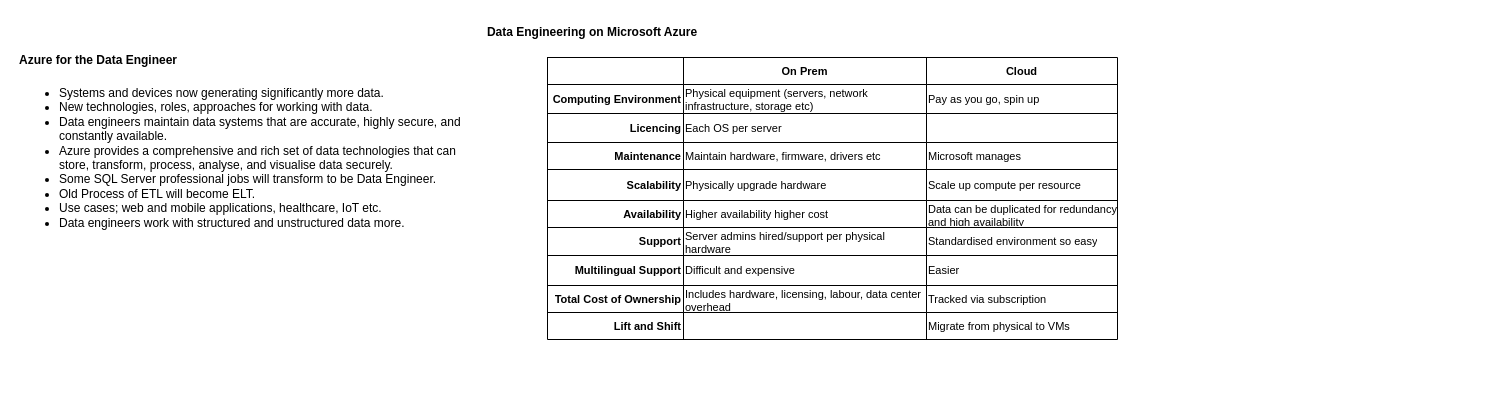
This is DP-203.drawio from pburgoine/certs, a draw.io file, before an edit. Source tidied: cells renumbered, new cells numbered last; positions are measured from the earlier drawing's top-left corner, leaving out a move shared by most shapes. Both pictures are drawn from the tidied source at 100%, with x=0, y=0 at pixel (17, 17).
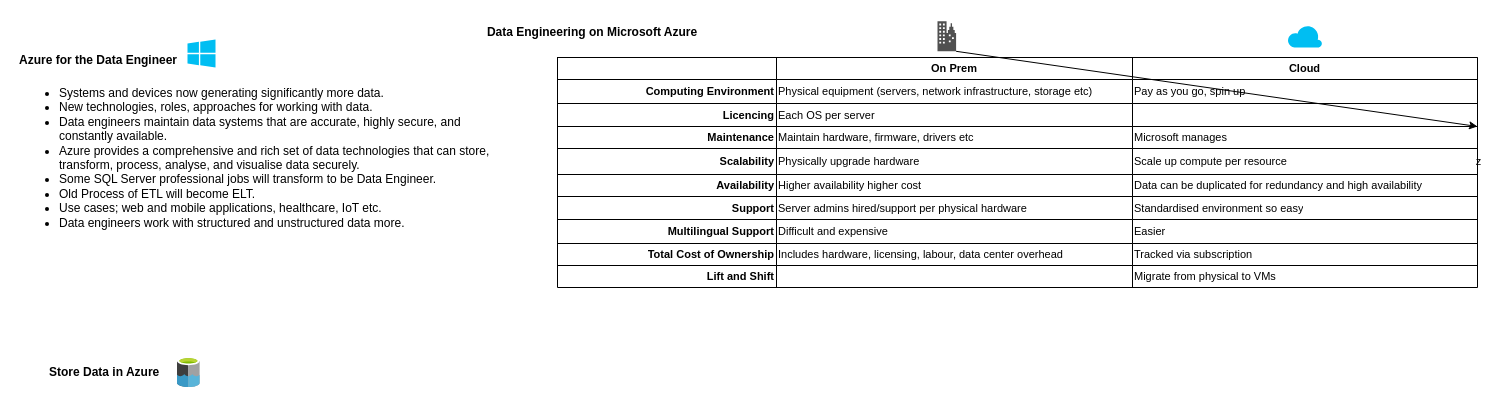
The same page after the edit.

The edit, as a diff of the source:
```diff
@@
     <mxCell id="4" value="&lt;ul&gt;&lt;li&gt;&lt;span style=&quot;background-color: initial;&quot;&gt;Systems and devices now generating significantly more data.&lt;/span&gt;&lt;/li&gt;&lt;li&gt;New technologies, roles, approaches for working with data.&lt;/li&gt;&lt;li&gt;Data engineers maintain data systems that are accurate, highly secure, and constantly available.&lt;br&gt;&lt;/li&gt;&lt;li&gt;Azure provides a comprehensive and rich set of data technologies that can store, transform, process, analyse, and visualise data securely.&lt;br&gt;&lt;/li&gt;&lt;li&gt;Some SQL Server professional jobs will transform to be Data Engineer.&lt;/li&gt;&lt;li&gt;Old Process of ETL will become ELT.&lt;/li&gt;&lt;li&gt;Use cases; web and mobile applications, healthcare, IoT etc.&lt;/li&gt;&lt;li&gt;Data engineers work with structured and unstructured data more.&lt;/li&gt;&lt;/ul&gt;" style="text;strokeColor=none;align=left;fillColor=none;html=1;verticalAlign=top;whiteSpace=wrap;rounded=0;" parent="1" vertex="1">
-      <mxGeometry y="50" width="450" height="190" as="geometry" />
+      <mxGeometry y="50" width="490" height="220" as="geometry" />
     </mxCell>
     <mxCell id="5" style="shape=table;startSize=0;childLayout=tableLayout;fontSize=10;" parent="1" vertex="1">
-      <mxGeometry x="530" y="40" width="570" height="282" as="geometry" />
+      <mxGeometry x="540" y="40" width="920" height="230" as="geometry" />
     </mxCell>
     <mxCell id="6" style="shape=tableRow;horizontal=0;startSize=0;swimlaneHead=0;swimlaneBody=0;strokeColor=inherit;top=0;left=0;bottom=0;right=0;fillColor=none;" parent="5" vertex="1">
-      <mxGeometry width="570" height="27" as="geometry" />
+      <mxGeometry width="920" height="22" as="geometry" />
     </mxCell>
     <mxCell id="7" style="shape=partialRectangle;html=1;whiteSpace=wrap;strokeColor=inherit;overflow=hidden;fillColor=none;top=0;left=0;bottom=0;right=0;align=right;fontStyle=1;fontSize=11;" parent="6" vertex="1">
-      <mxGeometry width="136" height="27" as="geometry" />
+      <mxGeometry width="219" height="22" as="geometry" />
     </mxCell>
     <mxCell id="8" value="On Prem" style="shape=partialRectangle;html=1;whiteSpace=wrap;strokeColor=inherit;overflow=hidden;fillColor=none;top=0;left=0;bottom=0;right=0;fontStyle=1;fontSize=11;" parent="6" vertex="1">
-      <mxGeometry x="136" width="243" height="27" as="geometry" />
+      <mxGeometry x="219" width="356" height="22" as="geometry" />
     </mxCell>
     <mxCell id="9" value="Cloud" style="shape=partialRectangle;html=1;whiteSpace=wrap;strokeColor=inherit;overflow=hidden;fillColor=none;top=0;left=0;bottom=0;right=0;fontStyle=1;fontSize=11;" parent="6" vertex="1">
-      <mxGeometry x="379" width="191" height="27" as="geometry" />
+      <mxGeometry x="575" width="345" height="22" as="geometry" />
     </mxCell>
     <mxCell id="10" style="shape=tableRow;horizontal=0;startSize=0;swimlaneHead=0;swimlaneBody=0;strokeColor=inherit;top=0;left=0;bottom=0;right=0;fillColor=none;" parent="5" vertex="1">
-      <mxGeometry y="27" width="570" height="29" as="geometry" />
+      <mxGeometry y="22" width="920" height="24" as="geometry" />
     </mxCell>
     <mxCell id="11" value="Computing Environment" style="shape=partialRectangle;html=1;whiteSpace=wrap;strokeColor=inherit;overflow=hidden;fillColor=none;top=0;left=0;bottom=0;right=0;align=right;fontStyle=1;fontSize=11;" parent="10" vertex="1">
-      <mxGeometry width="136" height="29" as="geometry" />
+      <mxGeometry width="219" height="24" as="geometry" />
     </mxCell>
     <mxCell id="12" value="Physical equipment (servers, network infrastructure, storage etc)" style="shape=partialRectangle;html=1;whiteSpace=wrap;strokeColor=inherit;overflow=hidden;fillColor=none;top=0;left=0;bottom=0;right=0;align=left;fontSize=11;" parent="10" vertex="1">
-      <mxGeometry x="136" width="243" height="29" as="geometry" />
+      <mxGeometry x="219" width="356" height="24" as="geometry" />
     </mxCell>
     <mxCell id="13" value="Pay as you go, spin up" style="shape=partialRectangle;html=1;whiteSpace=wrap;strokeColor=inherit;overflow=hidden;fillColor=none;top=0;left=0;bottom=0;right=0;align=left;fontSize=11;" parent="10" vertex="1">
-      <mxGeometry x="379" width="191" height="29" as="geometry" />
+      <mxGeometry x="575" width="345" height="24" as="geometry" />
     </mxCell>
     <mxCell id="14" style="shape=tableRow;horizontal=0;startSize=0;swimlaneHead=0;swimlaneBody=0;strokeColor=inherit;top=0;left=0;bottom=0;right=0;fillColor=none;" parent="5" vertex="1">
-      <mxGeometry y="56" width="570" height="29" as="geometry" />
+      <mxGeometry y="46" width="920" height="23" as="geometry" />
     </mxCell>
     <mxCell id="15" value="Licencing" style="shape=partialRectangle;html=1;whiteSpace=wrap;strokeColor=inherit;overflow=hidden;fillColor=none;top=0;left=0;bottom=0;right=0;align=right;fontStyle=1;fontSize=11;" parent="14" vertex="1">
-      <mxGeometry width="136" height="29" as="geometry" />
+      <mxGeometry width="219" height="23" as="geometry" />
     </mxCell>
     <mxCell id="16" value="Each OS per server" style="shape=partialRectangle;html=1;whiteSpace=wrap;strokeColor=inherit;overflow=hidden;fillColor=none;top=0;left=0;bottom=0;right=0;align=left;fontSize=11;" parent="14" vertex="1">
-      <mxGeometry x="136" width="243" height="29" as="geometry" />
+      <mxGeometry x="219" width="356" height="23" as="geometry" />
     </mxCell>
     <mxCell id="17" style="shape=partialRectangle;html=1;whiteSpace=wrap;strokeColor=inherit;overflow=hidden;fillColor=none;top=0;left=0;bottom=0;right=0;align=left;fontSize=11;" parent="14" vertex="1">
-      <mxGeometry x="379" width="191" height="29" as="geometry" />
+      <mxGeometry x="575" width="345" height="23" as="geometry" />
     </mxCell>
     <mxCell id="18" style="shape=tableRow;horizontal=0;startSize=0;swimlaneHead=0;swimlaneBody=0;strokeColor=inherit;top=0;left=0;bottom=0;right=0;fillColor=none;" parent="5" vertex="1">
-      <mxGeometry y="85" width="570" height="27" as="geometry" />
+      <mxGeometry y="69" width="920" height="22" as="geometry" />
     </mxCell>
     <mxCell id="19" value="Maintenance" style="shape=partialRectangle;html=1;whiteSpace=wrap;strokeColor=inherit;overflow=hidden;fillColor=none;top=0;left=0;bottom=0;right=0;align=right;fontStyle=1;fontSize=11;" parent="18" vertex="1">
-      <mxGeometry width="136" height="27" as="geometry" />
+      <mxGeometry width="219" height="22" as="geometry" />
     </mxCell>
     <mxCell id="20" value="Maintain hardware, firmware, drivers etc" style="shape=partialRectangle;html=1;whiteSpace=wrap;strokeColor=inherit;overflow=hidden;fillColor=none;top=0;left=0;bottom=0;right=0;align=left;fontSize=11;" parent="18" vertex="1">
-      <mxGeometry x="136" width="243" height="27" as="geometry" />
+      <mxGeometry x="219" width="356" height="22" as="geometry" />
     </mxCell>
     <mxCell id="21" value="Microsoft manages" style="shape=partialRectangle;html=1;whiteSpace=wrap;strokeColor=inherit;overflow=hidden;fillColor=none;top=0;left=0;bottom=0;right=0;align=left;fontSize=11;" parent="18" vertex="1">
-      <mxGeometry x="379" width="191" height="27" as="geometry" />
+      <mxGeometry x="575" width="345" height="22" as="geometry" />
     </mxCell>
+    <mxCell id="46" value="z" style="sketch=0;shadow=0;dashed=0;html=1;strokeColor=none;fillColor=#505050;labelPosition=center;verticalLabelPosition=bottom;verticalAlign=top;outlineConnect=0;align=center;shape=mxgraph.office.concepts.on_premises;fontSize=11;" parent="18" vertex="1">
+      <mxGeometry x="920" height="22" as="geometry" />
+    </mxCell>
     <mxCell id="22" style="shape=tableRow;horizontal=0;startSize=0;swimlaneHead=0;swimlaneBody=0;strokeColor=inherit;top=0;left=0;bottom=0;right=0;fillColor=none;" parent="5" vertex="1">
-      <mxGeometry y="112" width="570" height="31" as="geometry" />
+      <mxGeometry y="91" width="920" height="26" as="geometry" />
     </mxCell>
     <mxCell id="23" value="Scalability" style="shape=partialRectangle;html=1;whiteSpace=wrap;strokeColor=inherit;overflow=hidden;fillColor=none;top=0;left=0;bottom=0;right=0;align=right;fontStyle=1;fontSize=11;" parent="22" vertex="1">
-      <mxGeometry width="136" height="31" as="geometry" />
+      <mxGeometry width="219" height="26" as="geometry" />
     </mxCell>
     <mxCell id="24" value="Physically upgrade hardware" style="shape=partialRectangle;html=1;whiteSpace=wrap;strokeColor=inherit;overflow=hidden;fillColor=none;top=0;left=0;bottom=0;right=0;align=left;fontSize=11;" parent="22" vertex="1">
-      <mxGeometry x="136" width="243" height="31" as="geometry" />
+      <mxGeometry x="219" width="356" height="26" as="geometry" />
     </mxCell>
     <mxCell id="25" value="Scale up compute per resource" style="shape=partialRectangle;html=1;whiteSpace=wrap;strokeColor=inherit;overflow=hidden;fillColor=none;top=0;left=0;bottom=0;right=0;align=left;fontSize=11;" parent="22" vertex="1">
-      <mxGeometry x="379" width="191" height="31" as="geometry" />
+      <mxGeometry x="575" width="345" height="26" as="geometry" />
     </mxCell>
     <mxCell id="26" style="shape=tableRow;horizontal=0;startSize=0;swimlaneHead=0;swimlaneBody=0;strokeColor=inherit;top=0;left=0;bottom=0;right=0;fillColor=none;" parent="5" vertex="1">
-      <mxGeometry y="143" width="570" height="27" as="geometry" />
+      <mxGeometry y="117" width="920" height="22" as="geometry" />
     </mxCell>
     <mxCell id="27" value="Availability" style="shape=partialRectangle;html=1;whiteSpace=wrap;strokeColor=inherit;overflow=hidden;fillColor=none;top=0;left=0;bottom=0;right=0;align=right;fontStyle=1;fontSize=11;" parent="26" vertex="1">
-      <mxGeometry width="136" height="27" as="geometry" />
+      <mxGeometry width="219" height="22" as="geometry" />
     </mxCell>
     <mxCell id="28" value="Higher availability higher cost" style="shape=partialRectangle;html=1;whiteSpace=wrap;strokeColor=inherit;overflow=hidden;fillColor=none;top=0;left=0;bottom=0;right=0;align=left;fontSize=11;" parent="26" vertex="1">
-      <mxGeometry x="136" width="243" height="27" as="geometry" />
+      <mxGeometry x="219" width="356" height="22" as="geometry" />
     </mxCell>
     <mxCell id="29" value="Data can be duplicated for redundancy and high availability" style="shape=partialRectangle;html=1;whiteSpace=wrap;strokeColor=inherit;overflow=hidden;fillColor=none;top=0;left=0;bottom=0;right=0;align=left;fontSize=11;" parent="26" vertex="1">
-      <mxGeometry x="379" width="191" height="27" as="geometry" />
+      <mxGeometry x="575" width="345" height="22" as="geometry" />
     </mxCell>
     <mxCell id="30" style="shape=tableRow;horizontal=0;startSize=0;swimlaneHead=0;swimlaneBody=0;strokeColor=inherit;top=0;left=0;bottom=0;right=0;fillColor=none;" parent="5" vertex="1">
-      <mxGeometry y="170" width="570" height="28" as="geometry" />
+      <mxGeometry y="139" width="920" height="23" as="geometry" />
     </mxCell>
     <mxCell id="31" value="Support" style="shape=partialRectangle;html=1;whiteSpace=wrap;strokeColor=inherit;overflow=hidden;fillColor=none;top=0;left=0;bottom=0;right=0;align=right;fontStyle=1;fontSize=11;" parent="30" vertex="1">
-      <mxGeometry width="136" height="28" as="geometry" />
+      <mxGeometry width="219" height="23" as="geometry" />
     </mxCell>
     <mxCell id="32" value="Server admins hired/support per physical hardware" style="shape=partialRectangle;html=1;whiteSpace=wrap;strokeColor=inherit;overflow=hidden;fillColor=none;top=0;left=0;bottom=0;right=0;align=left;fontSize=11;" parent="30" vertex="1">
-      <mxGeometry x="136" width="243" height="28" as="geometry" />
+      <mxGeometry x="219" width="356" height="23" as="geometry" />
     </mxCell>
     <mxCell id="33" value="Standardised environment so easy" style="shape=partialRectangle;html=1;whiteSpace=wrap;strokeColor=inherit;overflow=hidden;fillColor=none;top=0;left=0;bottom=0;right=0;align=left;fontSize=11;" parent="30" vertex="1">
-      <mxGeometry x="379" width="191" height="28" as="geometry" />
+      <mxGeometry x="575" width="345" height="23" as="geometry" />
     </mxCell>
     <mxCell id="34" style="shape=tableRow;horizontal=0;startSize=0;swimlaneHead=0;swimlaneBody=0;strokeColor=inherit;top=0;left=0;bottom=0;right=0;fillColor=none;" parent="5" vertex="1">
-      <mxGeometry y="198" width="570" height="30" as="geometry" />
+      <mxGeometry y="162" width="920" height="24" as="geometry" />
     </mxCell>
     <mxCell id="35" value="Multilingual Support" style="shape=partialRectangle;html=1;whiteSpace=wrap;strokeColor=inherit;overflow=hidden;fillColor=none;top=0;left=0;bottom=0;right=0;align=right;fontStyle=1;fontSize=11;" parent="34" vertex="1">
-      <mxGeometry width="136" height="30" as="geometry" />
+      <mxGeometry width="219" height="24" as="geometry" />
     </mxCell>
     <mxCell id="36" value="Difficult and expensive" style="shape=partialRectangle;html=1;whiteSpace=wrap;strokeColor=inherit;overflow=hidden;fillColor=none;top=0;left=0;bottom=0;right=0;align=left;fontSize=11;" parent="34" vertex="1">
-      <mxGeometry x="136" width="243" height="30" as="geometry" />
+      <mxGeometry x="219" width="356" height="24" as="geometry" />
     </mxCell>
     <mxCell id="37" value="Easier" style="shape=partialRectangle;html=1;whiteSpace=wrap;strokeColor=inherit;overflow=hidden;fillColor=none;top=0;left=0;bottom=0;right=0;align=left;fontSize=11;" parent="34" vertex="1">
-      <mxGeometry x="379" width="191" height="30" as="geometry" />
+      <mxGeometry x="575" width="345" height="24" as="geometry" />
     </mxCell>
     <mxCell id="38" style="shape=tableRow;horizontal=0;startSize=0;swimlaneHead=0;swimlaneBody=0;strokeColor=inherit;top=0;left=0;bottom=0;right=0;fillColor=none;" parent="5" vertex="1">
-      <mxGeometry y="228" width="570" height="27" as="geometry" />
+      <mxGeometry y="186" width="920" height="22" as="geometry" />
     </mxCell>
     <mxCell id="39" value="Total Cost of Ownership" style="shape=partialRectangle;html=1;whiteSpace=wrap;strokeColor=inherit;overflow=hidden;fillColor=none;top=0;left=0;bottom=0;right=0;align=right;fontStyle=1;fontSize=11;" parent="38" vertex="1">
-      <mxGeometry width="136" height="27" as="geometry" />
+      <mxGeometry width="219" height="22" as="geometry" />
     </mxCell>
     <mxCell id="40" value="Includes hardware, licensing, labour, data center overhead" style="shape=partialRectangle;html=1;whiteSpace=wrap;strokeColor=inherit;overflow=hidden;fillColor=none;top=0;left=0;bottom=0;right=0;align=left;fontSize=11;" parent="38" vertex="1">
-      <mxGeometry x="136" width="243" height="27" as="geometry" />
+      <mxGeometry x="219" width="356" height="22" as="geometry" />
     </mxCell>
     <mxCell id="41" value="Tracked via subscription" style="shape=partialRectangle;html=1;whiteSpace=wrap;strokeColor=inherit;overflow=hidden;fillColor=none;top=0;left=0;bottom=0;right=0;align=left;fontSize=11;" parent="38" vertex="1">
-      <mxGeometry x="379" width="191" height="27" as="geometry" />
+      <mxGeometry x="575" width="345" height="22" as="geometry" />
     </mxCell>
     <mxCell id="42" style="shape=tableRow;horizontal=0;startSize=0;swimlaneHead=0;swimlaneBody=0;strokeColor=inherit;top=0;left=0;bottom=0;right=0;fillColor=none;" parent="5" vertex="1">
-      <mxGeometry y="255" width="570" height="27" as="geometry" />
+      <mxGeometry y="208" width="920" height="22" as="geometry" />
     </mxCell>
     <mxCell id="43" value="Lift and Shift" style="shape=partialRectangle;html=1;whiteSpace=wrap;strokeColor=inherit;overflow=hidden;fillColor=none;top=0;left=0;bottom=0;right=0;align=right;fontStyle=1;fontSize=11;" parent="42" vertex="1">
-      <mxGeometry width="136" height="27" as="geometry" />
+      <mxGeometry width="219" height="22" as="geometry" />
     </mxCell>
     <mxCell id="44" style="shape=partialRectangle;html=1;whiteSpace=wrap;strokeColor=inherit;overflow=hidden;fillColor=none;top=0;left=0;bottom=0;right=0;align=left;fontSize=11;" parent="42" vertex="1">
-      <mxGeometry x="136" width="243" height="27" as="geometry" />
+      <mxGeometry x="219" width="356" height="22" as="geometry" />
     </mxCell>
     <mxCell id="45" value="Migrate from physical to VMs" style="shape=partialRectangle;html=1;whiteSpace=wrap;strokeColor=inherit;overflow=hidden;fillColor=none;top=0;left=0;bottom=0;right=0;align=left;fontSize=11;" parent="42" vertex="1">
-      <mxGeometry x="379" width="191" height="27" as="geometry" />
+      <mxGeometry x="575" width="345" height="22" as="geometry" />
     </mxCell>
+    <mxCell id="47" value="&lt;b&gt;Store Data in Azure&lt;/b&gt;" style="text;strokeColor=none;align=left;fillColor=none;html=1;verticalAlign=middle;whiteSpace=wrap;rounded=0;" parent="1" vertex="1">
+      <mxGeometry x="30" y="340" width="410" height="30" as="geometry" />
+    </mxCell>
+    <mxCell id="48" style="verticalLabelPosition=bottom;html=1;verticalAlign=top;align=center;strokeColor=none;fillColor=#00BEF2;shape=mxgraph.azure.cloud;fontSize=11;" parent="1" vertex="1">
+      <mxGeometry x="1270" y="7.5" width="34.6" height="22.5" as="geometry" />
+    </mxCell>
+    <mxCell id="49" style="edgeStyle=orthogonalEdgeStyle;rounded=0;jettySize=auto;html=1;fontSize=11;" parent="1" edge="1" source="50" target="46">
+      <mxGeometry relative="1" as="geometry" />
+    </mxCell>
+    <mxCell id="50" style="sketch=0;shadow=0;dashed=0;html=1;strokeColor=none;fillColor=#505050;labelPosition=center;verticalLabelPosition=bottom;verticalAlign=top;outlineConnect=0;align=center;shape=mxgraph.office.concepts.on_premises;fontSize=11;" parent="1" vertex="1">
+      <mxGeometry x="920" y="3.8" width="18.6" height="30" as="geometry" />
+    </mxCell>
+    <mxCell id="51" style="verticalLabelPosition=bottom;html=1;verticalAlign=top;align=center;strokeColor=none;fillColor=#00BEF2;shape=mxgraph.azure.azure_instance;fontSize=11;" parent="1" vertex="1">
+      <mxGeometry x="170" y="22" width="28" height="28" as="geometry" />
+    </mxCell>
+    <mxCell id="52" style="sketch=0;html=1;align=center;image;fontSize=12;image=img/lib/mscae/Data_Lake.svg;" parent="1" vertex="1">
+      <mxGeometry x="160" y="340" width="22.8" height="30" as="geometry" />
+    </mxCell>
```
